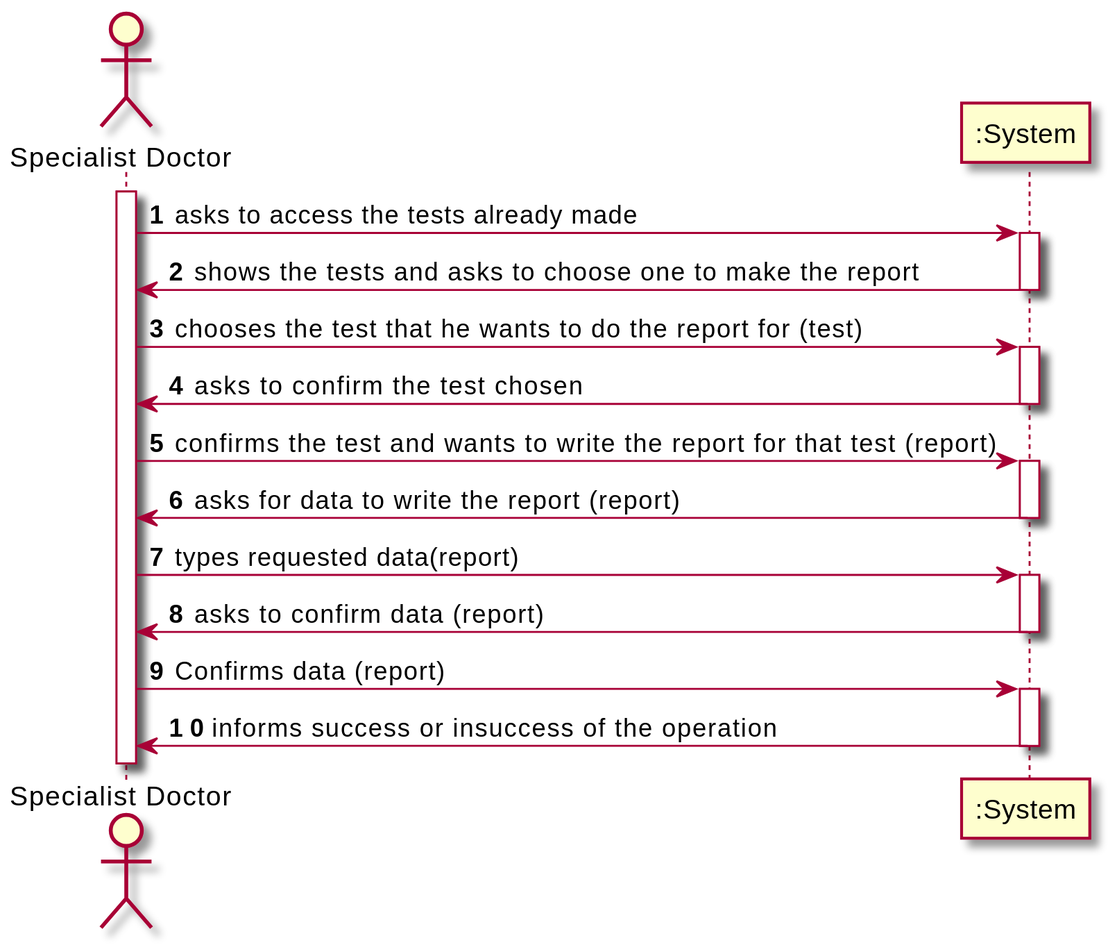
The PlantUML diagram docs/SprintC/US14/US14_SSD.svg in jsmarques98/LAPR2-ISEP, before a commit.
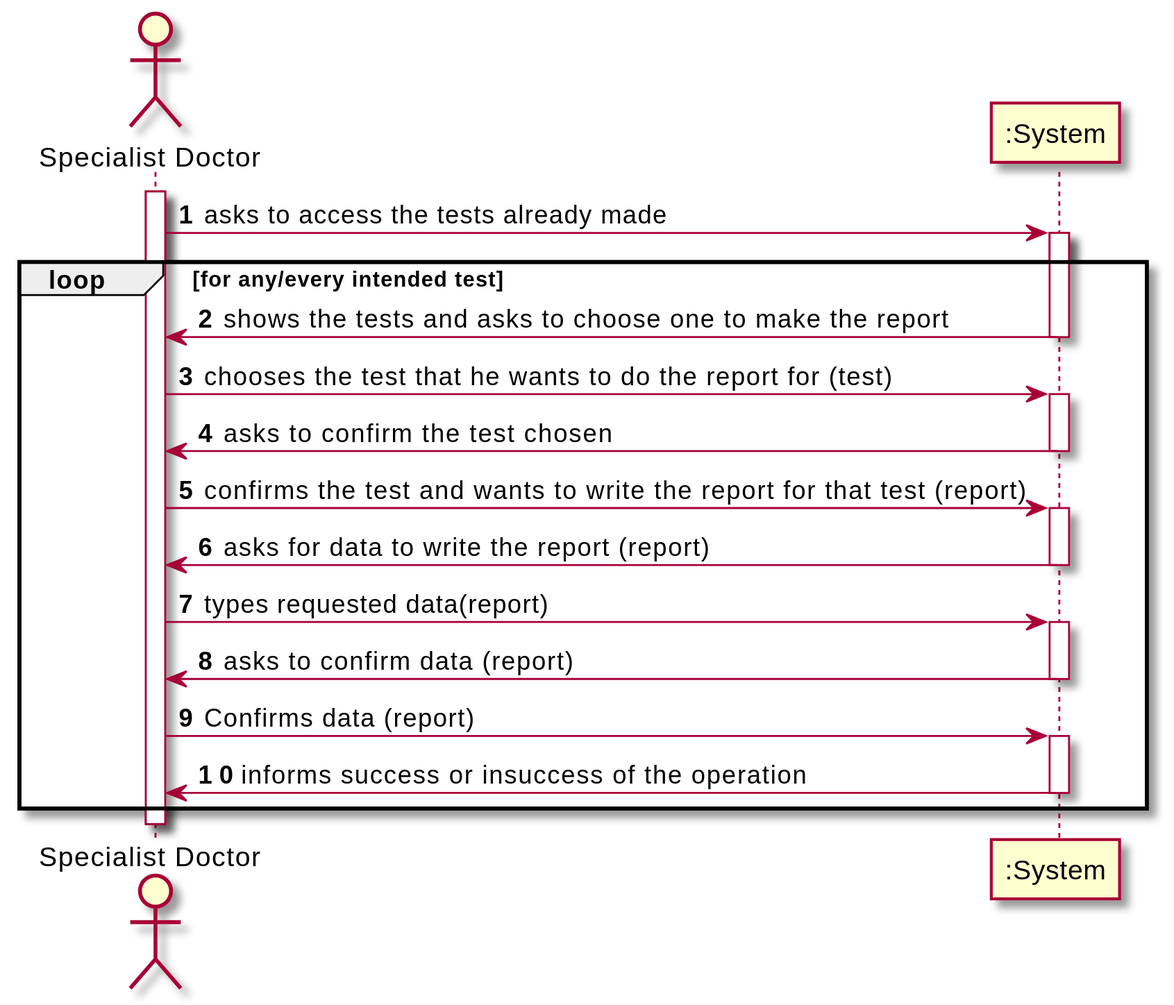
The same diagram one commit later.

Diff of the diagram source:
```diff
@@ -9,6 +9,7 @@
 activate Spec
 Spec -> System: asks to access the tests already made
 
+loop for any/every intended test
 activate System
 System -> Spec: shows the tests and asks to choose one to make the report
 deactivate System
@@ -36,4 +37,5 @@
 activate System
 System -> Spec: informs success or insuccess of the operation
 deactivate System
+end
 @enduml
```
